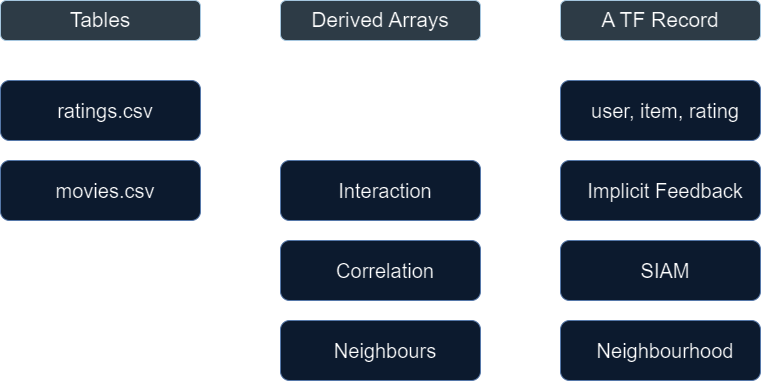
Above: demo/img/data_relations.png in rmwkwok/colabfilter (draw.io), before the change. Source tidied: cells renumbered, new cells last; positions are measured from the earlier drawing's top-left corner, leaving out a move shared by most shapes.
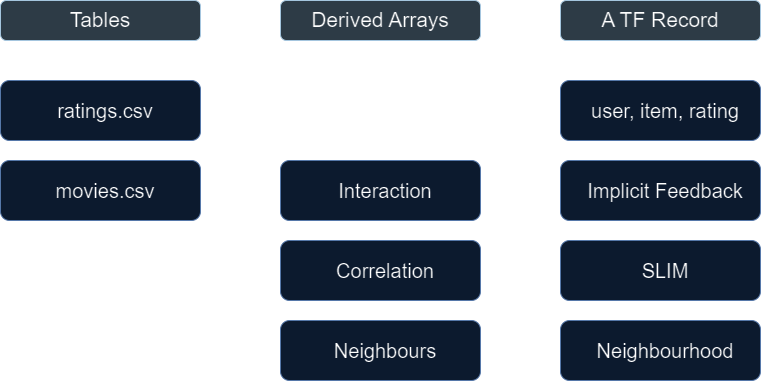
After the change.

Commit message:
correct spellings

What changed in the source:
```diff
@@ -55,7 +55,7 @@
     <mxCell id="15" value="Neighbourhood" style="rounded=1;whiteSpace=wrap;html=1;verticalAlign=middle;fontSize=20;align=center;spacingLeft=10;fillColor=#dae8fc;strokeColor=#6c8ebf;fontStyle=0;" parent="1" vertex="1">
       <mxGeometry x="560" y="320" width="200" height="60" as="geometry" />
     </mxCell>
-    <mxCell id="16" value="SIAM" style="rounded=1;whiteSpace=wrap;html=1;verticalAlign=middle;fontSize=20;align=center;spacingLeft=10;fillColor=#dae8fc;strokeColor=#6c8ebf;fontStyle=0;" parent="1" vertex="1">
+    <mxCell id="16" value="SLIM" style="rounded=1;whiteSpace=wrap;html=1;verticalAlign=middle;fontSize=20;align=center;spacingLeft=10;fillColor=#dae8fc;strokeColor=#6c8ebf;fontStyle=0;" parent="1" vertex="1">
       <mxGeometry x="560" y="240" width="200" height="60" as="geometry" />
     </mxCell>
     <mxCell id="17" value="Tables" style="rounded=1;whiteSpace=wrap;html=1;verticalAlign=top;fontSize=21;fillColor=#bac8d3;strokeColor=#23445d;" parent="1" vertex="1">
```
